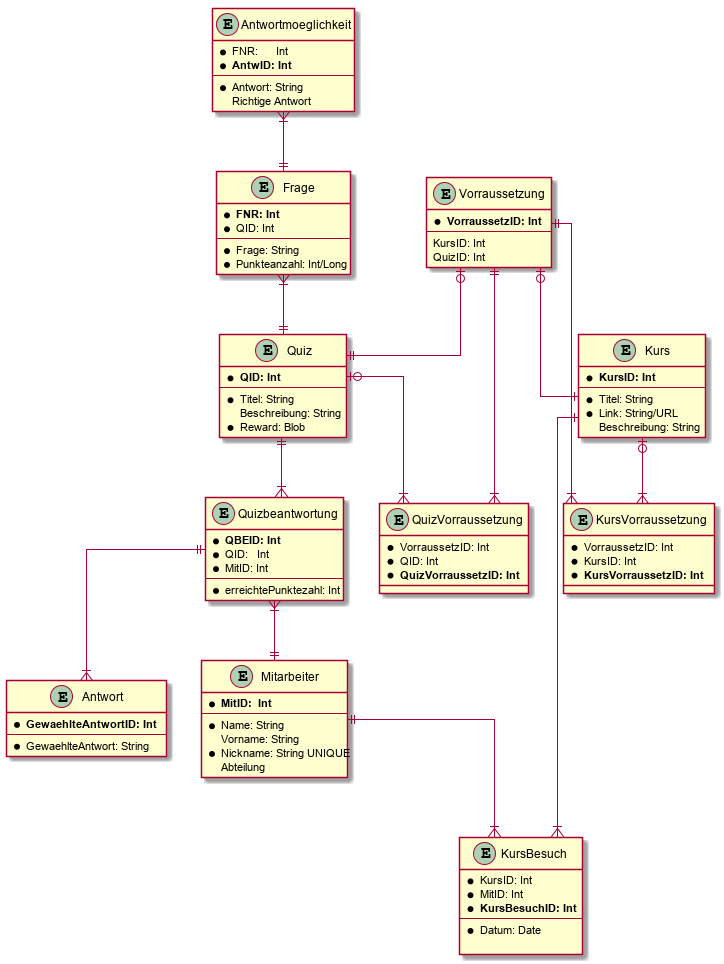
game-admin/game keeps this PlantUML diagram as documentation/diagrams/diagram-classes.png. Above is the earlier version.
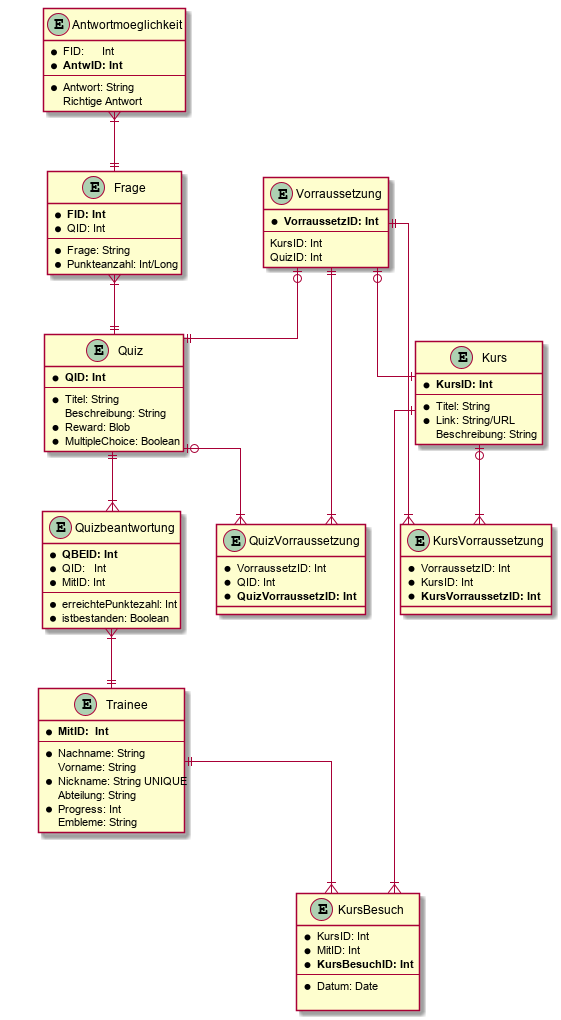
Above is the later version.

What changed in the source:
```diff
@@ -10,6 +10,7 @@
         * Titel: String
         Beschreibung: String
         * Reward: Blob
+        * MultipleChoice: Boolean
     }
 
     entity Quizbeantwortung {
@@ -18,21 +19,24 @@
         * MitID: Int
         --
         * erreichtePunktezahl: Int
+        * istbestanden: Boolean
     }
 
-    entity Mitarbeiter {
+    entity Trainee {
         * **MitID:  Int**
         --
-        * Name: String
+        * Nachname: String
         Vorname: String
         * Nickname: String UNIQUE
-        Abteilung
+        Abteilung: String
+        * Progress: Int
+        Embleme: String
     }
 
 }
 
 entity Frage {
-    * **FNR: Int**
+    * **FID: Int**
     * QID: Int
     --
     * Frage: String
@@ -40,17 +44,11 @@
 }
 
 entity Antwortmoeglichkeit {
-    * FNR:      Int
+    * FID:      Int
     * **AntwID: Int**
     --
     * Antwort: String
     Richtige Antwort
-}
-
-entity Antwort {
-    * **GewaehlteAntwortID: Int**
-    --
-    * GewaehlteAntwort: String
 }
 
 entity Kurs {
@@ -93,9 +91,8 @@
 Antwortmoeglichkeit}|--||Frage
 Frage}|--||Quiz
 Quiz||--|{Quizbeantwortung
-Quizbeantwortung}|--||Mitarbeiter
-Quizbeantwortung||--|{Antwort
-Mitarbeiter||--|{KursBesuch
+Quizbeantwortung}|--||Trainee
+Trainee||--|{KursBesuch
 Kurs||--|{KursBesuch
 Kurs|o--|{KursVorraussetzung
 Vorraussetzung||--|{KursVorraussetzung
```
